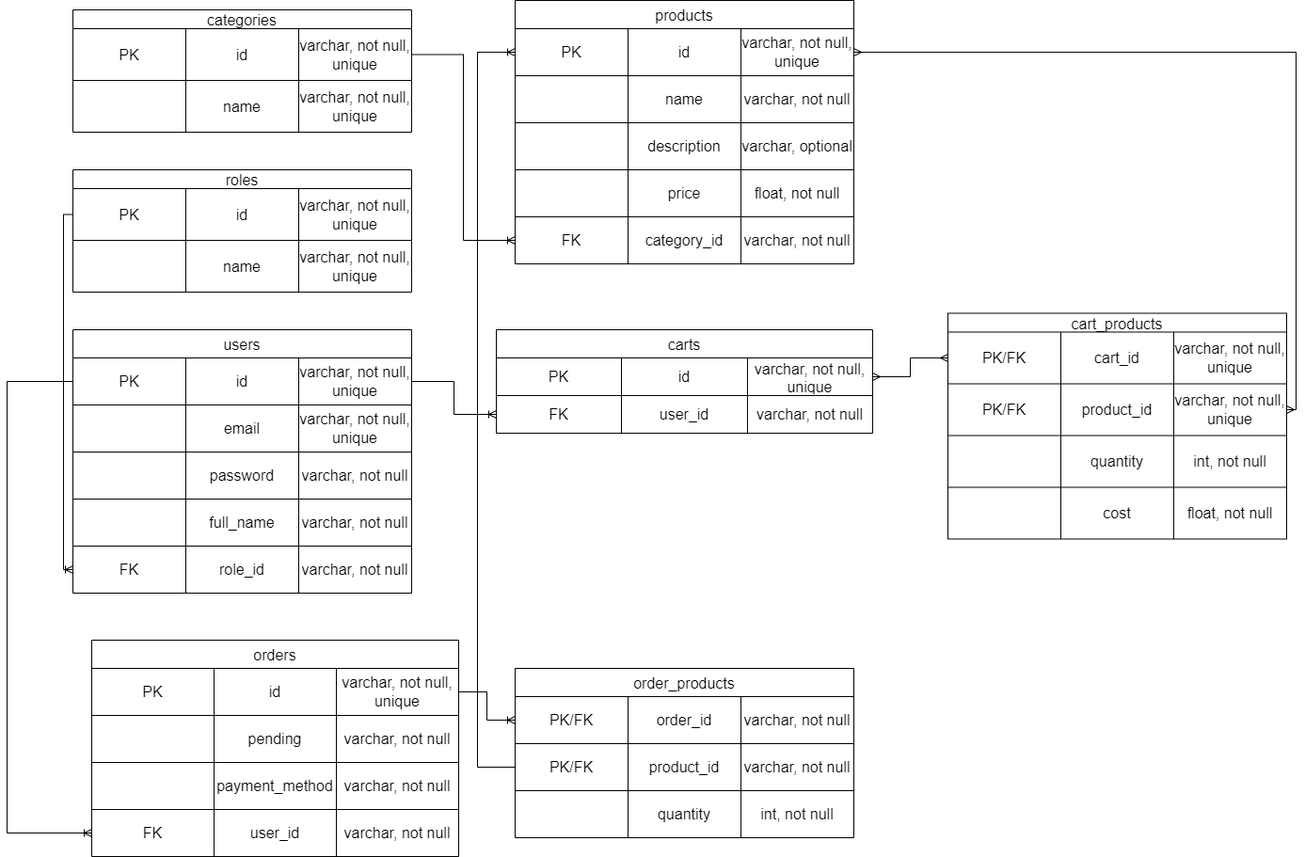
This is src/main/resources/db/shopERD.png from 040824-JAVA-SQL-REST/shop-project-tyler, a draw.io export, as it was before one commit. Source tidied: cells renumbered, new cells last; positions are measured from the earlier drawing's top-left corner, leaving out a move shared by most shapes.
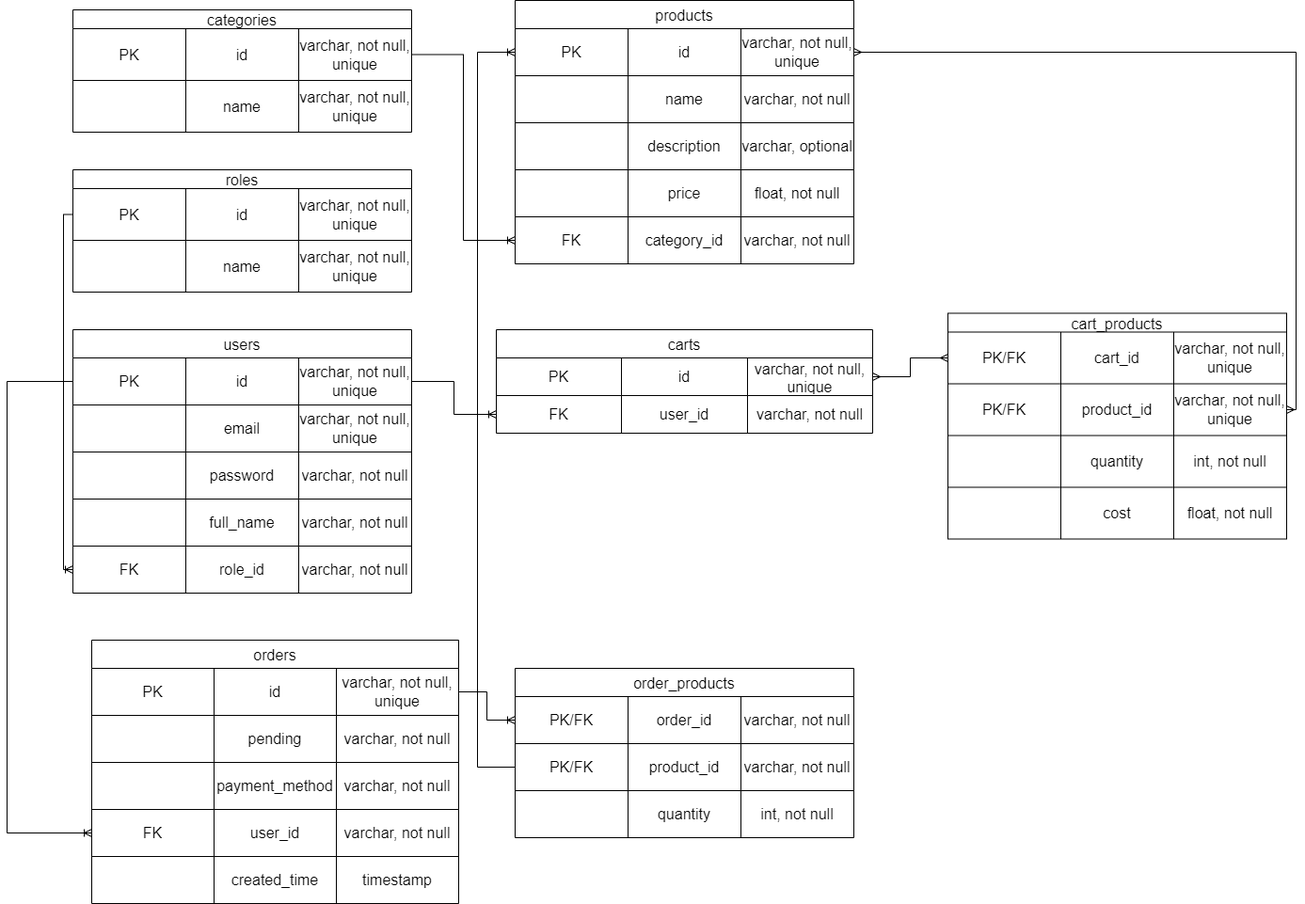
The same file after the commit.

Change to the diagram source:
```diff
@@ -249,7 +249,7 @@
       <mxGeometry relative="1" as="geometry" />
     </mxCell>
     <mxCell id="84" value="orders" style="shape=table;startSize=30;strokeColor=default;fontSize=16;" parent="1" vertex="1">
-      <mxGeometry x="90" y="680" width="390" height="230" as="geometry" />
+      <mxGeometry x="90" y="680" width="390" height="280" as="geometry" />
     </mxCell>
     <mxCell id="85" style="shape=tableRow;horizontal=0;startSize=0;swimlaneHead=0;swimlaneBody=0;strokeColor=inherit;top=0;left=0;bottom=0;right=0;fillColor=none;points=[[0,0.5],[1,0.5]];portConstraint=eastwest;fontSize=16;" parent="84" vertex="1">
       <mxGeometry y="30" width="390" height="50" as="geometry" />
@@ -299,6 +299,18 @@
     <mxCell id="100" value="varchar, not null" style="shape=partialRectangle;html=1;whiteSpace=wrap;strokeColor=inherit;overflow=hidden;fillColor=none;top=0;left=0;bottom=0;right=0;fontSize=16;" parent="97" vertex="1">
       <mxGeometry x="260" width="130" height="50" as="geometry" />
     </mxCell>
+    <mxCell id="127" style="shape=tableRow;horizontal=0;startSize=0;swimlaneHead=0;swimlaneBody=0;strokeColor=inherit;top=0;left=0;bottom=0;right=0;fillColor=none;fontSize=16;" parent="84" vertex="1">
+      <mxGeometry y="230" width="390" height="50" as="geometry" />
+    </mxCell>
+    <mxCell id="128" style="shape=partialRectangle;html=1;whiteSpace=wrap;strokeColor=inherit;overflow=hidden;fillColor=none;top=0;left=0;bottom=0;right=0;fontSize=16;" parent="127" vertex="1">
+      <mxGeometry width="130" height="50" as="geometry" />
+    </mxCell>
+    <mxCell id="129" value="created_time" style="shape=partialRectangle;html=1;whiteSpace=wrap;strokeColor=inherit;overflow=hidden;fillColor=none;top=0;left=0;bottom=0;right=0;fontSize=16;" parent="127" vertex="1">
+      <mxGeometry x="130" width="130" height="50" as="geometry" />
+    </mxCell>
+    <mxCell id="130" value="timestamp" style="shape=partialRectangle;html=1;whiteSpace=wrap;strokeColor=inherit;overflow=hidden;fillColor=none;top=0;left=0;bottom=0;right=0;fontSize=16;" parent="127" vertex="1">
+      <mxGeometry x="260" width="130" height="50" as="geometry" />
+    </mxCell>
     <mxCell id="101" value="order_products" style="shape=table;startSize=30;strokeColor=default;fontSize=16;" parent="1" vertex="1">
       <mxGeometry x="540" y="710" width="360" height="180" as="geometry" />
     </mxCell>
```
